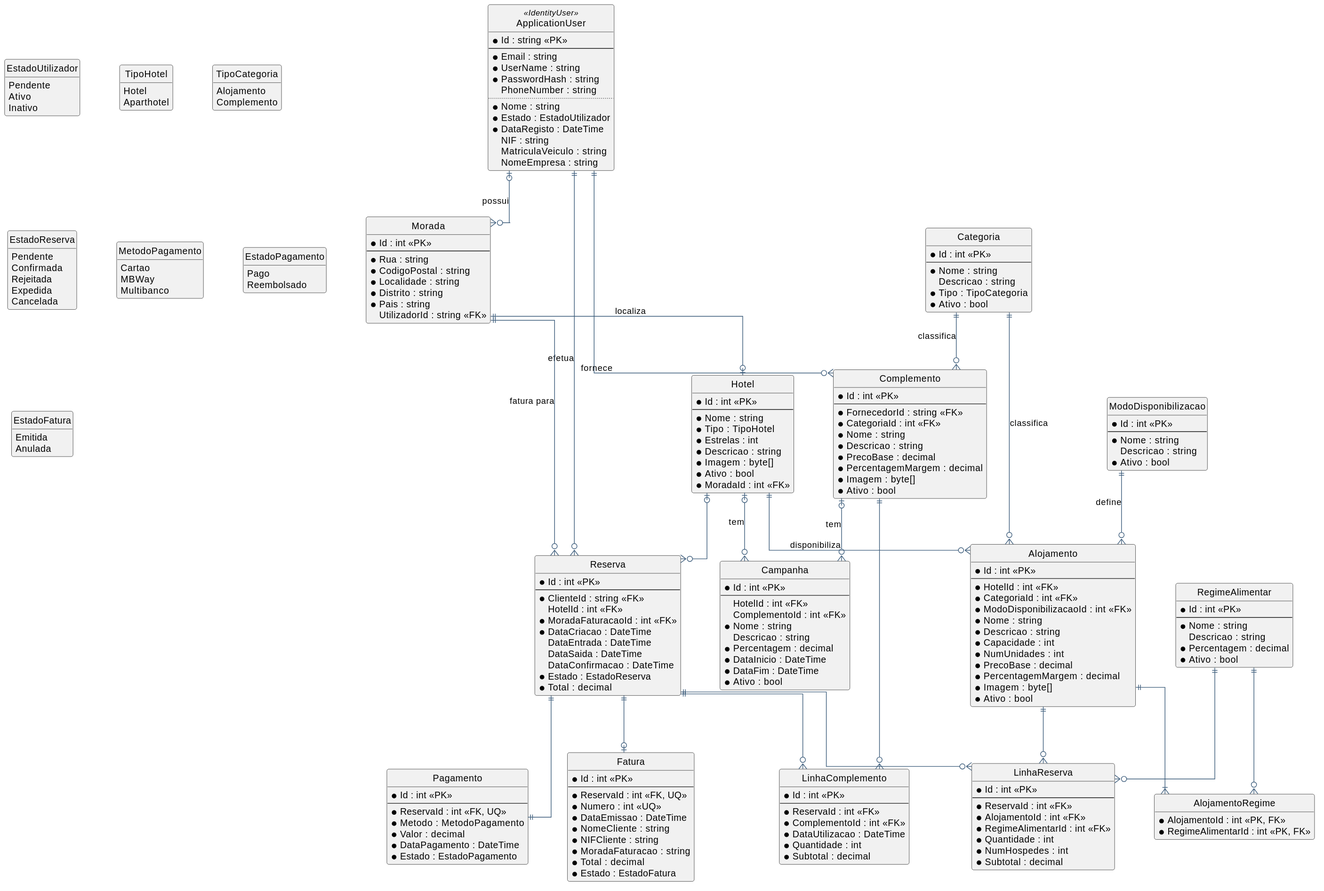
The PlantUML diagram DOCS/MER_MyHotels.svg in leonardoferreira20/pweb, before a commit. Source of this version:
```plantuml
@startuml

hide circle
hide empty members
skinparam linetype ortho
skinparam nodesep 60
skinparam ranksep 70
skinparam shadowing false
skinparam defaultFontName Arial
skinparam roundCorner 6
skinparam entity {
  BackgroundColor #FFFFFF
  BorderColor #3B5B7A
  HeaderBackgroundColor #DCE7F2
}
skinparam enum {
  BackgroundColor #F7F7F7
  BorderColor #999999
}
skinparam ArrowColor #3B5B7A


entity "ApplicationUser" as user <<IdentityUser>> {
  * Id : string <<PK>>
  --
  * Email : string
  * UserName : string
  * PasswordHash : string
  PhoneNumber : string
  ..
  * Nome : string
  * Estado : EstadoUtilizador
  * DataRegisto : DateTime
  NIF : string
  MatriculaVeiculo : string
  NomeEmpresa : string
}

entity "Morada" as morada {
  * Id : int <<PK>>
  --
  * Rua : string
  * CodigoPostal : string
  * Localidade : string
  * Distrito : string
  * Pais : string
  UtilizadorId : string <<FK>>
}


entity "Hotel" as hotel {
  * Id : int <<PK>>
  --
  * Nome : string
  * Tipo : TipoHotel
  * Estrelas : int
  * Descricao : string
  * Imagem : byte[]
  * Ativo : bool
  * MoradaId : int <<FK>>
}

entity "Categoria" as categoria {
  * Id : int <<PK>>
  --
  * Nome : string
  Descricao : string
  * Tipo : TipoCategoria
  * Ativo : bool
}

entity "ModoDisponibilizacao" as modo {
  * Id : int <<PK>>
  --
  * Nome : string
  Descricao : string
  * Ativo : bool
}

entity "Alojamento" as alojamento {
  * Id : int <<PK>>
  --
  * HotelId : int <<FK>>
  * CategoriaId : int <<FK>>
  * ModoDisponibilizacaoId : int <<FK>>
  * Nome : string
  * Descricao : string
  * Capacidade : int
  * NumUnidades : int
  * PrecoBase : decimal
  * PercentagemMargem : decimal
  * Imagem : byte[]
  * Ativo : bool
}

entity "RegimeAlimentar" as regime {
  * Id : int <<PK>>
  --
  * Nome : string
  Descricao : string
  * Percentagem : decimal
  * Ativo : bool
}

entity "AlojamentoRegime" as alojRegime {
  * AlojamentoId : int <<PK, FK>>
  * RegimeAlimentarId : int <<PK, FK>>
}

entity "Complemento" as complemento {
  * Id : int <<PK>>
  --
  * FornecedorId : string <<FK>>
  * CategoriaId : int <<FK>>
  * Nome : string
  * Descricao : string
  * PrecoBase : decimal
  * PercentagemMargem : decimal
  * Imagem : byte[]
  * Ativo : bool
}

entity "Campanha" as campanha {
  * Id : int <<PK>>
  --
  HotelId : int <<FK>>
  ComplementoId : int <<FK>>
  * Nome : string
  Descricao : string
  * Percentagem : decimal
  * DataInicio : DateTime
  * DataFim : DateTime
  * Ativo : bool
}


entity "Reserva" as reserva {
  * Id : int <<PK>>
  --
  * ClienteId : string <<FK>>
  HotelId : int <<FK>>
  * MoradaFaturacaoId : int <<FK>>
  * DataCriacao : DateTime
  DataEntrada : DateTime
  DataSaida : DateTime
  DataConfirmacao : DateTime
  * Estado : EstadoReserva
  * Total : decimal
}

entity "LinhaReserva" as linhaReserva {
  * Id : int <<PK>>
  --
  * ReservaId : int <<FK>>
  * AlojamentoId : int <<FK>>
  * RegimeAlimentarId : int <<FK>>
  * Quantidade : int
  * NumHospedes : int
  * Subtotal : decimal
}

entity "LinhaComplemento" as linhaComplemento {
  * Id : int <<PK>>
  --
  * ReservaId : int <<FK>>
  * ComplementoId : int <<FK>>
  * DataUtilizacao : DateTime
  * Quantidade : int
  * Subtotal : decimal
}


entity "Pagamento" as pagamento {
  * Id : int <<PK>>
  --
  * ReservaId : int <<FK, UQ>>
  * Metodo : MetodoPagamento
  * Valor : decimal
  * DataPagamento : DateTime
  * Estado : EstadoPagamento
}

entity "Fatura" as fatura {
  * Id : int <<PK>>
  --
  * ReservaId : int <<FK, UQ>>
  * Numero : int <<UQ>>
  * DataEmissao : DateTime
  * NomeCliente : string
  * NIFCliente : string
  * MoradaFaturacao : string
  * Total : decimal
  * Estado : EstadoFatura
}


enum EstadoUtilizador {
  Pendente
  Ativo
  Inativo
}

enum TipoHotel {
  Hotel
  Aparthotel
}

enum TipoCategoria {
  Alojamento
  Complemento
}

enum EstadoReserva {
  Pendente
  Confirmada
  Rejeitada
  Expedida
  Cancelada
}

enum MetodoPagamento {
  Cartao
  MBWay
  Multibanco
}

enum EstadoPagamento {
  Pago
  Reembolsado
}

enum EstadoFatura {
  Emitida
  Anulada
}


user       |o--o{ morada            : possui
morada     ||--o| hotel             : localiza
hotel      ||--o{ alojamento        : disponibiliza
hotel      |o--o{ campanha          : tem
complemento |o--o{ campanha         : tem
categoria  ||--o{ alojamento        : classifica
categoria  ||--o{ complemento       : classifica
modo       ||--o{ alojamento        : define
alojamento ||--|{ alojRegime
regime     ||--o{ alojRegime
user       ||--o{ complemento       : fornece
user       ||--o{ reserva           : efetua
hotel      |o--o{ reserva
morada     ||--o{ reserva           : fatura para
reserva    ||--o{ linhaReserva
alojamento ||--o{ linhaReserva
regime     ||--o{ linhaReserva
reserva    ||--o{ linhaComplemento
complemento ||--o{ linhaComplemento
reserva    ||--|| pagamento
reserva    ||--o| fatura
@enduml
```
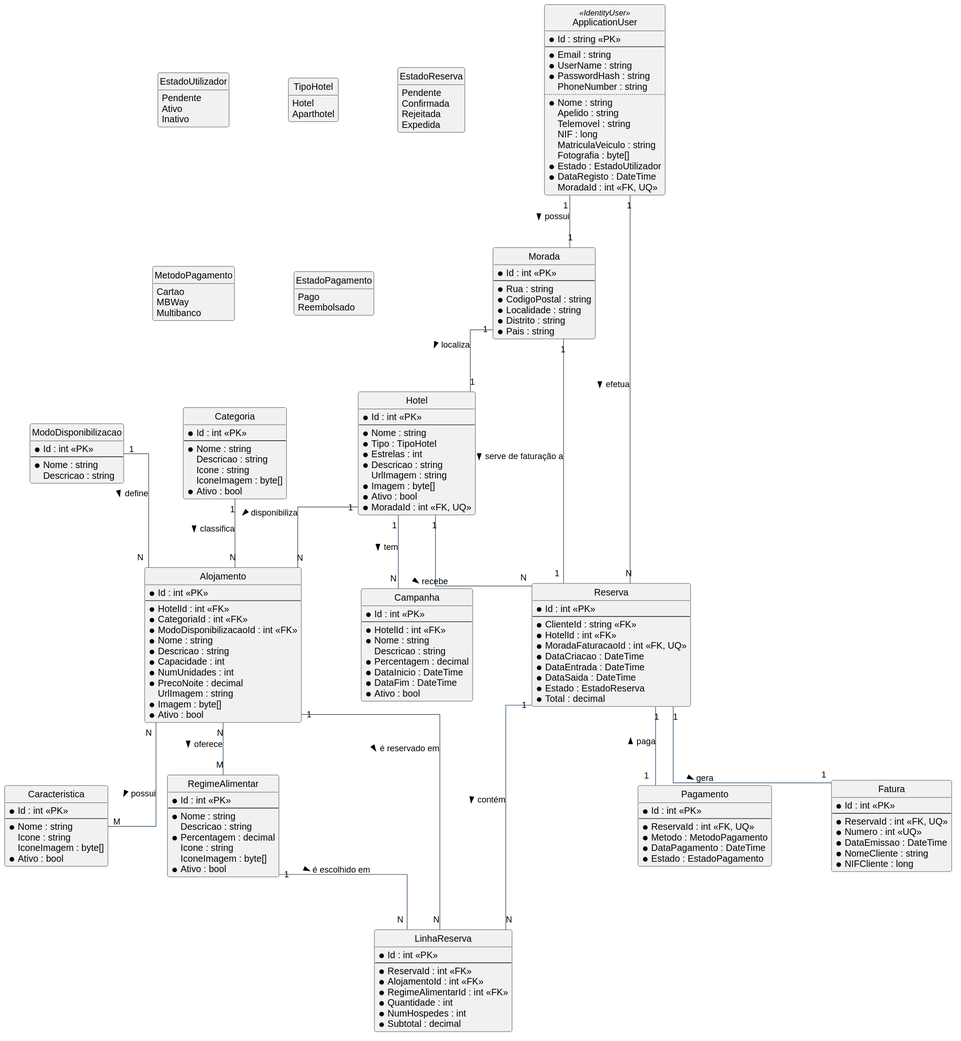
The same file after the commit.

What changed in the source:
```diff
@@ -3,8 +3,8 @@
 hide circle
 hide empty members
 skinparam linetype ortho
-skinparam nodesep 60
-skinparam ranksep 70
+skinparam nodesep 90
+skinparam ranksep 80
 skinparam shadowing false
 skinparam defaultFontName Arial
 skinparam roundCorner 6
@@ -29,11 +29,14 @@
   PhoneNumber : string
   ..
   * Nome : string
+  Apelido : string
+  Telemovel : string
+  NIF : long
+  MatriculaVeiculo : string
+  Fotografia : byte[]
   * Estado : EstadoUtilizador
   * DataRegisto : DateTime
-  NIF : string
-  MatriculaVeiculo : string
-  NomeEmpresa : string
+  MoradaId : int <<FK, UQ>>
 }
 
 entity "Morada" as morada {
@@ -44,7 +47,6 @@
   * Localidade : string
   * Distrito : string
   * Pais : string
-  UtilizadorId : string <<FK>>
 }
 
 
@@ -55,9 +57,10 @@
   * Tipo : TipoHotel
   * Estrelas : int
   * Descricao : string
+  UrlImagem : string
   * Imagem : byte[]
   * Ativo : bool
-  * MoradaId : int <<FK>>
+  * MoradaId : int <<FK, UQ>>
 }
 
 entity "Categoria" as categoria {
@@ -65,7 +68,8 @@
   --
   * Nome : string
   Descricao : string
-  * Tipo : TipoCategoria
+  Icone : string
+  IconeImagem : byte[]
   * Ativo : bool
 }
 
@@ -74,6 +78,14 @@
   --
   * Nome : string
   Descricao : string
+}
+
+entity "Caracteristica" as caracteristica {
+  * Id : int <<PK>>
+  --
+  * Nome : string
+  Icone : string
+  IconeImagem : byte[]
   * Ativo : bool
 }
 
@@ -87,8 +99,8 @@
   * Descricao : string
   * Capacidade : int
   * NumUnidades : int
-  * PrecoBase : decimal
-  * PercentagemMargem : decimal
+  * PrecoNoite : decimal
+  UrlImagem : string
   * Imagem : byte[]
   * Ativo : bool
 }
@@ -99,32 +111,15 @@
   * Nome : string
   Descricao : string
   * Percentagem : decimal
-  * Ativo : bool
-}
-
-entity "AlojamentoRegime" as alojRegime {
-  * AlojamentoId : int <<PK, FK>>
-  * RegimeAlimentarId : int <<PK, FK>>
-}
-
-entity "Complemento" as complemento {
-  * Id : int <<PK>>
-  --
-  * FornecedorId : string <<FK>>
-  * CategoriaId : int <<FK>>
-  * Nome : string
-  * Descricao : string
-  * PrecoBase : decimal
-  * PercentagemMargem : decimal
-  * Imagem : byte[]
+  Icone : string
+  IconeImagem : byte[]
   * Ativo : bool
 }
 
 entity "Campanha" as campanha {
   * Id : int <<PK>>
   --
-  HotelId : int <<FK>>
-  ComplementoId : int <<FK>>
+  * HotelId : int <<FK>>
   * Nome : string
   Descricao : string
   * Percentagem : decimal
@@ -138,12 +133,11 @@
   * Id : int <<PK>>
   --
   * ClienteId : string <<FK>>
-  HotelId : int <<FK>>
-  * MoradaFaturacaoId : int <<FK>>
+  * HotelId : int <<FK>>
+  * MoradaFaturacaoId : int <<FK, UQ>>
   * DataCriacao : DateTime
-  DataEntrada : DateTime
-  DataSaida : DateTime
-  DataConfirmacao : DateTime
+  * DataEntrada : DateTime
+  * DataSaida : DateTime
   * Estado : EstadoReserva
   * Total : decimal
 }
@@ -159,23 +153,12 @@
   * Subtotal : decimal
 }
 
-entity "LinhaComplemento" as linhaComplemento {
-  * Id : int <<PK>>
-  --
-  * ReservaId : int <<FK>>
-  * ComplementoId : int <<FK>>
-  * DataUtilizacao : DateTime
-  * Quantidade : int
-  * Subtotal : decimal
-}
-
 
 entity "Pagamento" as pagamento {
   * Id : int <<PK>>
   --
   * ReservaId : int <<FK, UQ>>
   * Metodo : MetodoPagamento
-  * Valor : decimal
   * DataPagamento : DateTime
   * Estado : EstadoPagamento
 }
@@ -187,10 +170,7 @@
   * Numero : int <<UQ>>
   * DataEmissao : DateTime
   * NomeCliente : string
-  * NIFCliente : string
-  * MoradaFaturacao : string
-  * Total : decimal
-  * Estado : EstadoFatura
+  * NIFCliente : long
 }
 
 
@@ -205,17 +185,11 @@
   Aparthotel
 }
 
-enum TipoCategoria {
-  Alojamento
-  Complemento
-}
-
 enum EstadoReserva {
   Pendente
   Confirmada
   Rejeitada
   Expedida
-  Cancelada
 }
 
 enum MetodoPagamento {
@@ -229,31 +203,23 @@
   Reembolsado
 }
 
-enum EstadoFatura {
-  Emitida
-  Anulada
-}
 
+user           "1" -- "1" morada         : possui >
+morada         "1" -- "1" hotel          : localiza >
+hotel          "1" -- "N" alojamento     : disponibiliza >
+hotel          "1" -- "N" campanha       : tem >
+categoria      "1" -- "N" alojamento     : classifica >
+modo           "1" -- "N" alojamento     : define >
+alojamento     "N" -- "M" regime         : oferece >
+alojamento     "N" -- "M" caracteristica : possui >
+user           "1" -- "N" reserva        : efetua >
+hotel          "1" -- "N" reserva        : recebe >
+morada         "1" -- "1" reserva        : serve de faturação a >
+reserva        "1" -- "N" linhaReserva   : contém >
+alojamento     "1" -- "N" linhaReserva   : é reservado em >
+regime         "1" -- "N" linhaReserva   : é escolhido em >
+reserva        "1" -- "1" pagamento      : < paga
+reserva        "1" -- "1" fatura         : gera >
 
-user       |o--o{ morada            : possui
-morada     ||--o| hotel             : localiza
-hotel      ||--o{ alojamento        : disponibiliza
-hotel      |o--o{ campanha          : tem
-complemento |o--o{ campanha         : tem
-categoria  ||--o{ alojamento        : classifica
-categoria  ||--o{ complemento       : classifica
-modo       ||--o{ alojamento        : define
-alojamento ||--|{ alojRegime
-regime     ||--o{ alojRegime
-user       ||--o{ complemento       : fornece
-user       ||--o{ reserva           : efetua
-hotel      |o--o{ reserva
-morada     ||--o{ reserva           : fatura para
-reserva    ||--o{ linhaReserva
-alojamento ||--o{ linhaReserva
-regime     ||--o{ linhaReserva
-reserva    ||--o{ linhaComplemento
-complemento ||--o{ linhaComplemento
-reserva    ||--|| pagamento
-reserva    ||--o| fatura
+reserva -[hidden]down- linhaReserva
 @enduml
```
